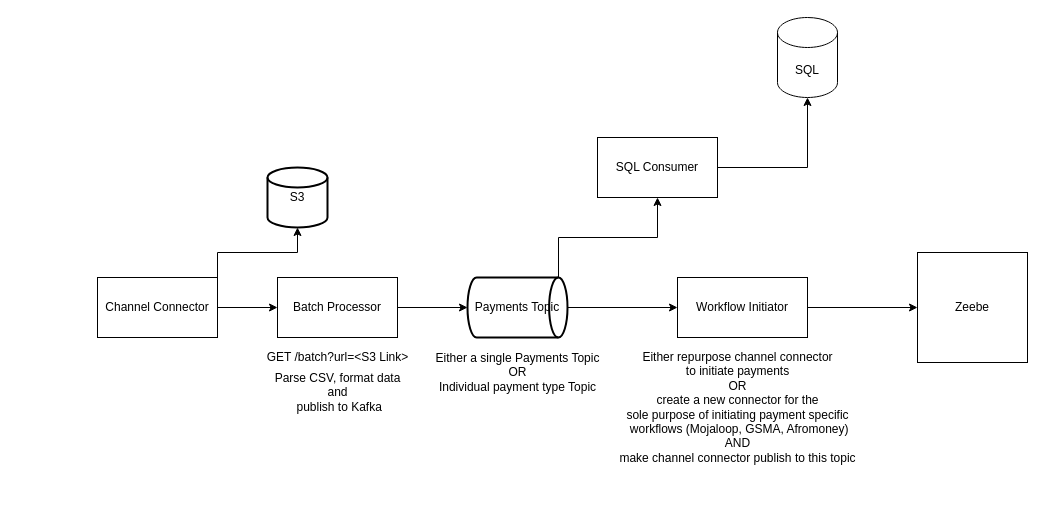
Above: Untitled Diagram.drawio in SubhamPramanik/ph-ee-env-template (draw.io), before the change. Source tidied: cells renumbered, new cells numbered last; positions are measured from the earlier drawing's top-left corner, leaving out a move shared by most shapes. Both pictures are drawn from the tidied source at 100%, with x=0, y=0 at pixel (97, 17).
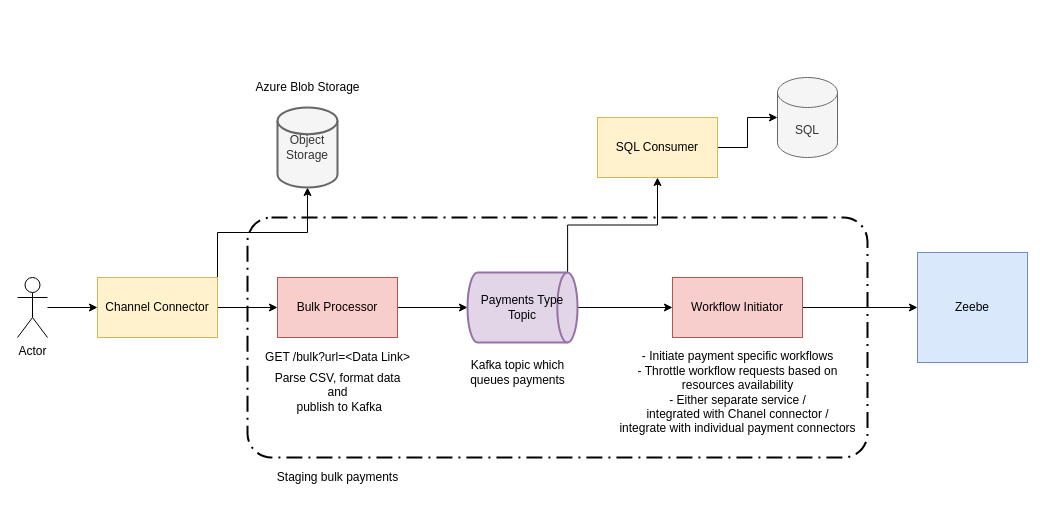
The same page after the edit.

Commit message:
Update PH EE Bulk Payment Diagram.drawio

The edit, as a diff of the source:
```diff
@@
+    <mxCell id="21" style="rounded=1;arcSize=10;dashed=1;strokeColor=#000000;fillColor=none;gradientColor=none;dashPattern=8 3 1 3;strokeWidth=2;" parent="1" vertex="1">
+      <mxGeometry x="150" y="200" width="620" height="240" as="geometry" />
+    </mxCell>
@@
-    <mxCell id="4" value="Channel Connector" style="rounded=0;whiteSpace=wrap;html=1;" parent="1" vertex="1">
+    <mxCell id="4" value="Channel Connector" style="rounded=0;whiteSpace=wrap;html=1;fillColor=#fff2cc;strokeColor=#d6b656;" parent="1" vertex="1">
       <mxGeometry y="260" width="120" height="60" as="geometry" />
     </mxCell>
@@
-    <mxCell id="6" value="Batch Processor" style="rounded=0;whiteSpace=wrap;html=1;" parent="1" vertex="1">
+    <mxCell id="6" value="Bulk Processor" style="rounded=0;whiteSpace=wrap;html=1;fillColor=#f8cecc;strokeColor=#b85450;" parent="1" vertex="1">
       <mxGeometry x="180" y="260" width="120" height="60" as="geometry" />
     </mxCell>
@@
-    <mxCell id="9" value="Payments Topic" style="strokeWidth=2;html=1;shape=mxgraph.flowchart.direct_data;whiteSpace=wrap;" parent="1" vertex="1">
-      <mxGeometry x="370" y="260" width="100" height="60" as="geometry" />
+    <mxCell id="9" value="Payments Type Topic" style="strokeWidth=2;html=1;shape=mxgraph.flowchart.direct_data;whiteSpace=wrap;fillColor=#e1d5e7;strokeColor=#9673a6;" parent="1" vertex="1">
+      <mxGeometry x="370" y="255" width="110" height="70" as="geometry" />
     </mxCell>
-    <mxCell id="10" value="S3" style="strokeWidth=2;html=1;shape=mxgraph.flowchart.database;whiteSpace=wrap;" parent="1" vertex="1">
-      <mxGeometry x="170" y="150" width="60" height="60" as="geometry" />
+    <mxCell id="10" value="Object Storage" style="strokeWidth=2;html=1;shape=mxgraph.flowchart.database;whiteSpace=wrap;fillColor=#f5f5f5;strokeColor=#666666;fontColor=#333333;" parent="1" vertex="1">
+      <mxGeometry x="180" y="90" width="60" height="80" as="geometry" />
     </mxCell>
-    <mxCell id="11" value="GET /batch?url=&amp;lt;S3 Link&amp;gt;" style="text;html=1;align=center;verticalAlign=middle;strokeColor=none;" parent="1" vertex="1">
+    <mxCell id="11" value="GET /bulk?url=&amp;lt;Data Link&amp;gt;" style="text;html=1;align=center;verticalAlign=middle;strokeColor=none;" parent="1" vertex="1">
       <mxGeometry x="160" y="330" width="160" height="20" as="geometry" />
     </mxCell>
-    <mxCell id="12" style="edgeStyle=orthogonalEdgeStyle;rounded=0;jettySize=auto;html=1;exitX=1;exitY=0.5;exitDx=0;exitDy=0;entryX=0.5;entryY=1;entryDx=0;entryDy=0;entryPerimeter=0;" parent="1" edge="1" source="13" target="14">
+    <mxCell id="12" style="edgeStyle=orthogonalEdgeStyle;rounded=0;jettySize=auto;html=1;entryX=0;entryY=0.5;entryDx=0;entryDy=0;entryPerimeter=0;" parent="1" edge="1" source="13" target="14">
       <mxGeometry relative="1" as="geometry" />
     </mxCell>
-    <mxCell id="13" value="SQL Consumer" style="rounded=0;whiteSpace=wrap;html=1;" parent="1" vertex="1">
-      <mxGeometry x="500" y="120" width="120" height="60" as="geometry" />
+    <mxCell id="13" value="SQL Consumer" style="rounded=0;whiteSpace=wrap;html=1;fillColor=#fff2cc;strokeColor=#d6b656;" parent="1" vertex="1">
+      <mxGeometry x="500" y="100" width="120" height="60" as="geometry" />
     </mxCell>
-    <mxCell id="14" value="SQL" style="shape=cylinder3;whiteSpace=wrap;html=1;boundedLbl=1;backgroundOutline=1;size=15;" parent="1" vertex="1">
-      <mxGeometry x="680" width="60" height="80" as="geometry" />
+    <mxCell id="14" value="SQL" style="shape=cylinder3;whiteSpace=wrap;html=1;boundedLbl=1;backgroundOutline=1;size=15;fillColor=#f5f5f5;strokeColor=#666666;fontColor=#333333;" parent="1" vertex="1">
+      <mxGeometry x="680" y="60" width="60" height="80" as="geometry" />
     </mxCell>
-    <mxCell id="15" value="Zeebe" style="whiteSpace=wrap;html=1;" parent="1" vertex="1">
+    <mxCell id="15" value="Zeebe" style="whiteSpace=wrap;html=1;fillColor=#dae8fc;strokeColor=#6c8ebf;" parent="1" vertex="1">
       <mxGeometry x="820" y="235" width="110" height="110" as="geometry" />
     </mxCell>
-    <mxCell id="16" value="Either a single Payments Topic&lt;br&gt;OR&lt;br&gt;Individual payment type Topic" style="text;html=1;align=center;verticalAlign=middle;strokeColor=none;" parent="1" vertex="1">
-      <mxGeometry x="330" y="330" width="180" height="50" as="geometry" />
+    <mxCell id="16" value="Kafka topic which &lt;br&gt;queues payments" style="text;html=1;align=center;verticalAlign=middle;strokeColor=none;" parent="1" vertex="1">
+      <mxGeometry x="365" y="340" width="110" height="30" as="geometry" />
     </mxCell>
@@
-    <mxCell id="19" value="Workflow Initiator" style="rounded=0;whiteSpace=wrap;html=1;" parent="1" vertex="1">
-      <mxGeometry x="580" y="260" width="130" height="60" as="geometry" />
+    <mxCell id="19" value="Workflow Initiator" style="rounded=0;whiteSpace=wrap;html=1;fillColor=#f8cecc;strokeColor=#b85450;" parent="1" vertex="1">
+      <mxGeometry x="575" y="260" width="130" height="60" as="geometry" />
     </mxCell>
-    <mxCell id="20" value="Either repurpose channel connector&lt;br&gt;to initiate payments&lt;br&gt;OR&lt;br&gt;create a new connector for the&lt;br&gt;sole purpose of initiating payment specific&lt;br&gt;&amp;nbsp;workflows (Mojaloop, GSMA, Afromoney)&lt;br&gt;AND&lt;br&gt;make channel connector publish to this topic" style="text;html=1;align=center;verticalAlign=middle;strokeColor=none;" parent="1" vertex="1">
-      <mxGeometry x="515" y="330" width="250" height="120" as="geometry" />
+    <mxCell id="20" value="- Initiate payment specific workflows&lt;br&gt;- Throttle workflow requests based on&lt;br&gt;resources availability&lt;br&gt;- Either separate service / &lt;br&gt;integrated with Chanel connector / &lt;br&gt;integrate with individual payment connectors" style="text;html=1;align=center;verticalAlign=middle;strokeColor=none;" parent="1" vertex="1">
+      <mxGeometry x="515" y="330" width="250" height="90" as="geometry" />
     </mxCell>
+    <mxCell id="22" style="edgeStyle=orthogonalEdgeStyle;rounded=0;jettySize=auto;html=1;entryX=0;entryY=0.5;entryDx=0;entryDy=0;" parent="1" edge="1" source="23" target="4">
+      <mxGeometry relative="1" as="geometry" />
+    </mxCell>
+    <mxCell id="23" value="Actor" style="shape=umlActor;verticalLabelPosition=bottom;verticalAlign=top;html=1;outlineConnect=0;" parent="1" vertex="1">
+      <mxGeometry x="-80" y="260" width="30" height="60" as="geometry" />
+    </mxCell>
+    <mxCell id="24" value="Azure Blob Storage" style="text;html=1;align=center;verticalAlign=middle;strokeColor=none;" parent="1" vertex="1">
+      <mxGeometry x="150" y="60" width="120" height="20" as="geometry" />
+    </mxCell>
+    <mxCell id="25" value="Staging bulk payments" style="text;html=1;align=center;verticalAlign=middle;strokeColor=none;" parent="1" vertex="1">
+      <mxGeometry x="170" y="450" width="140" height="20" as="geometry" />
+    </mxCell>
```
